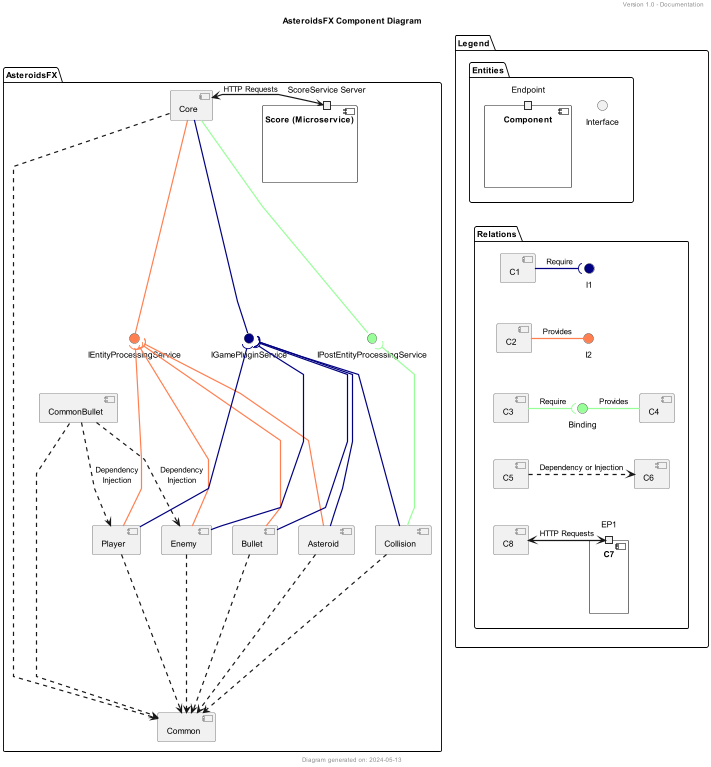
The PlantUML diagram Diagrams/Component Diagrams/AsteroidsFX Component Diagram-AsteroidsFX_Component_Diagram.png in XBetaHunterX/AsteroidsFX, before a commit.
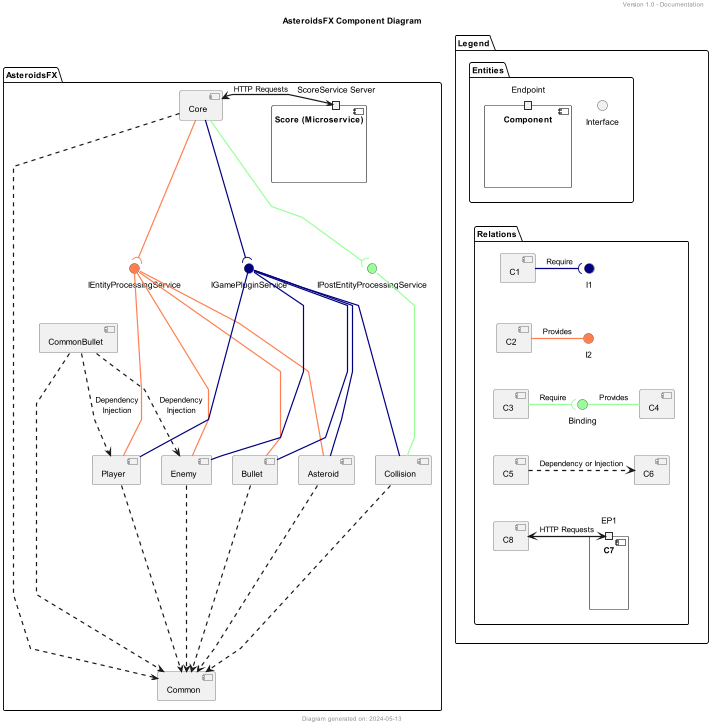
After the change.

Diff of the diagram source:
```diff
@@ -26,31 +26,31 @@
     interface IEntityProcessingService #FF7F50
     interface IPostEntityProcessingService #98FF98
 
-    [Core] --down-- IGamePluginService #000080
-    [Core] --down-- IEntityProcessingService #FF7F50
-    [Core] --down-- IPostEntityProcessingService #98FF98
+    [Core] --down-( IGamePluginService #000080
+    [Core] --down-( IEntityProcessingService #FF7F50
+    [Core] --down-( IPostEntityProcessingService #98FF98
     [Core] ..down..> [Common]
 
-    [Asteroid] --up--( IGamePluginService #000080
-    [Asteroid] --up--( IEntityProcessingService #FF7F50
+    [Asteroid] --up-- IGamePluginService #000080
+    [Asteroid] --up-- IEntityProcessingService #FF7F50
     [Asteroid] ..down..> [Common]
 
-    [Bullet] --up--( IGamePluginService #000080
-    [Bullet] --up--( IEntityProcessingService #FF7F50
+    [Bullet] --up-- IGamePluginService #000080
+    [Bullet] --up-- IEntityProcessingService #FF7F50
     [Bullet] ..down..> [Common]
 
-    [Enemy] --up--( IGamePluginService #000080
-    [Enemy] --up--( IEntityProcessingService #FF7F50
+    [Enemy] --up-- IGamePluginService #000080
+    [Enemy] --up-- IEntityProcessingService #FF7F50
     [Enemy] ..down..> [Common]
     [CommonBullet] ...> [Enemy] : "Dependency\nInjection"
 
-    [Player] --up--( IGamePluginService #000080
-    [Player] --up--( IEntityProcessingService #FF7F50
+    [Player] --up-- IGamePluginService #000080
+    [Player] --up-- IEntityProcessingService #FF7F50
     [Player] ..down..> [Common]
     [CommonBullet] ...> [Player] : "Dependency\nInjection"
 
-    [Collision] --up--( IGamePluginService #000080
-    [Collision] --up--( IPostEntityProcessingService #98FF98
+    [Collision] --up-- IGamePluginService #000080
+    [Collision] --up-- IPostEntityProcessingService #98FF98
     [Collision] ..down..> [Common]
 
     [CommonBullet] ..down..> [Common]
```
